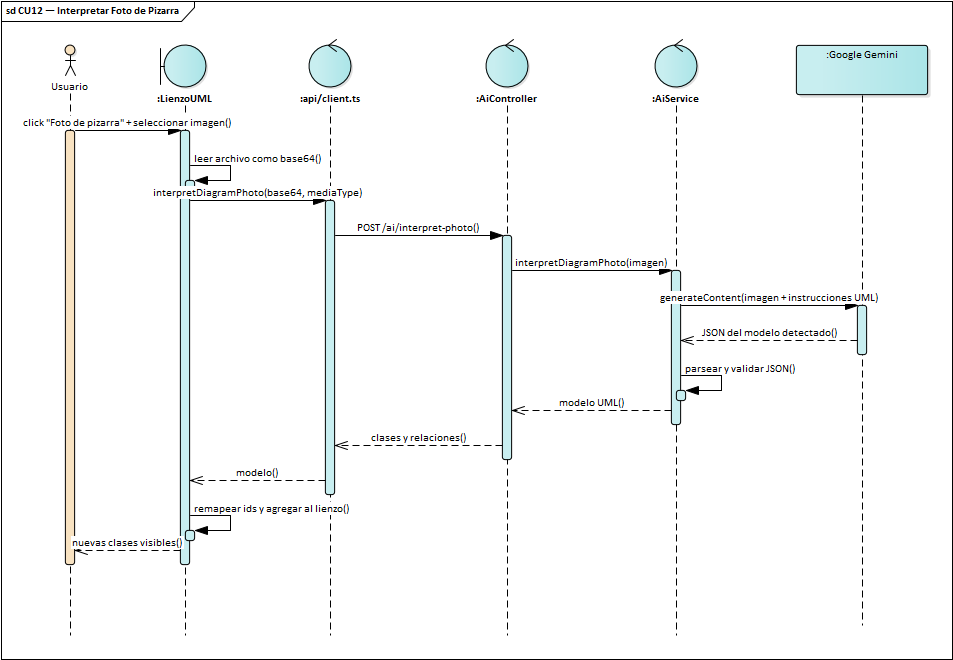
luisfernandoAngulo28/generador_diagrama_clases_uml keeps this PlantUML diagram as docs/diagrams/ea/img/ciclo1/seq_cu12.png. Above is the earlier version. Its source is kept beside it as docs/diagrams/1er_parcial/seq_cu12.plantuml.
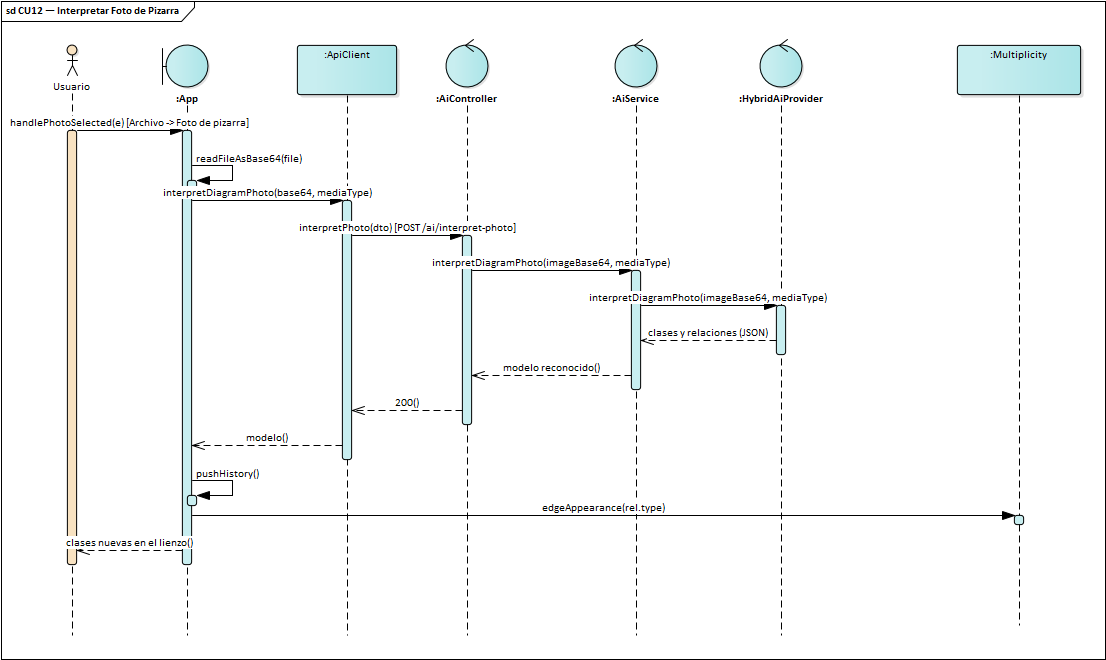
The same file after the commit.

The edit, as a diff of the source:
```diff
@@ -1,23 +1,24 @@
 @startuml seq_cu12
 !include ../2do_parcial/pud/_seq.iuml
-title CU12 — Interpretar Foto de Pizarra\n<size:11>Diagrama de Secuencia · UML 2.5.1 · Ciclo 1 (1er Parcial)</size>
-actor "Usuario" as U
-boundary ":LienzoUML" as L
-control ":api/client.ts" as A
-control ":AiController" as AC
-control ":AiService" as AS
-participant ":Google Gemini" as G
-U -> L : click "Foto de pizarra" + seleccionar imagen
-L -> L : leer archivo como base64
-L -> A : interpretDiagramPhoto(base64, mediaType)
-A -> AC : POST /ai/interpret-photo
-AC -> AS : interpretDiagramPhoto(imagen)
-AS -> G : generateContent(imagen + instrucciones UML)
-G --> AS : JSON del modelo detectado
-AS -> AS : parsear y validar JSON
-AS --> AC : modelo UML
-AC --> A : clases y relaciones
-A --> L : modelo
-L -> L : remapear ids y agregar al lienzo
-L --> U : nuevas clases visibles
+title CU12 — Interpretar Foto de Pizarra\n<size:11>Diagrama de Secuencia · UML 2.5.1 · Ciclo 1 · cada mensaje es una operación de la clase que lo recibe</size>
+actor Usuario as U
+boundary ":App" as A
+participant ":ApiClient" as API
+control ":AiController" as C
+control ":AiService" as AI
+control ":HybridAiProvider" as H
+participant ":Multiplicity" as M
+U -> A : handlePhotoSelected(e) [Archivo → Foto de pizarra]
+A -> A : readFileAsBase64(file)
+A -> API : interpretDiagramPhoto(base64, mediaType)
+API -> C : interpretPhoto(dto) [POST /ai/interpret-photo]
+C -> AI : interpretDiagramPhoto(imageBase64, mediaType)
+AI -> H : interpretDiagramPhoto(imageBase64, mediaType)
+H --> AI : clases y relaciones (JSON)
+AI --> C : modelo reconocido
+C --> API : 200
+API --> A : modelo
+A -> A : pushHistory()
+A -> M : edgeAppearance(rel.type)
+A --> U : clases nuevas en el lienzo
 @enduml
```
